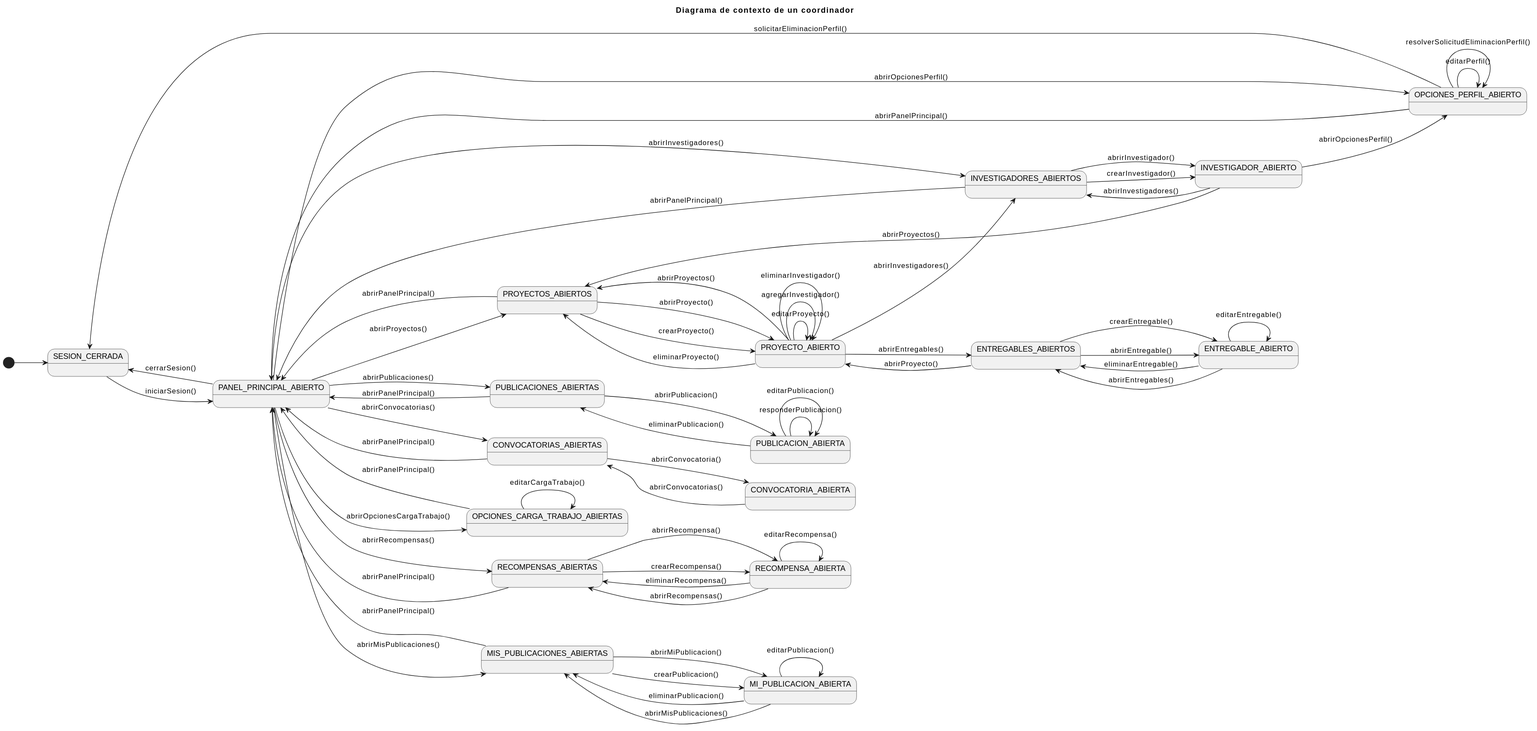
The PlantUML diagram documentación/CasosDeUso/Imagenes/diagramas/DiagramaContextoCoordinador.svg in 31Diego/25-26-IdSw1-SdR, before a commit.
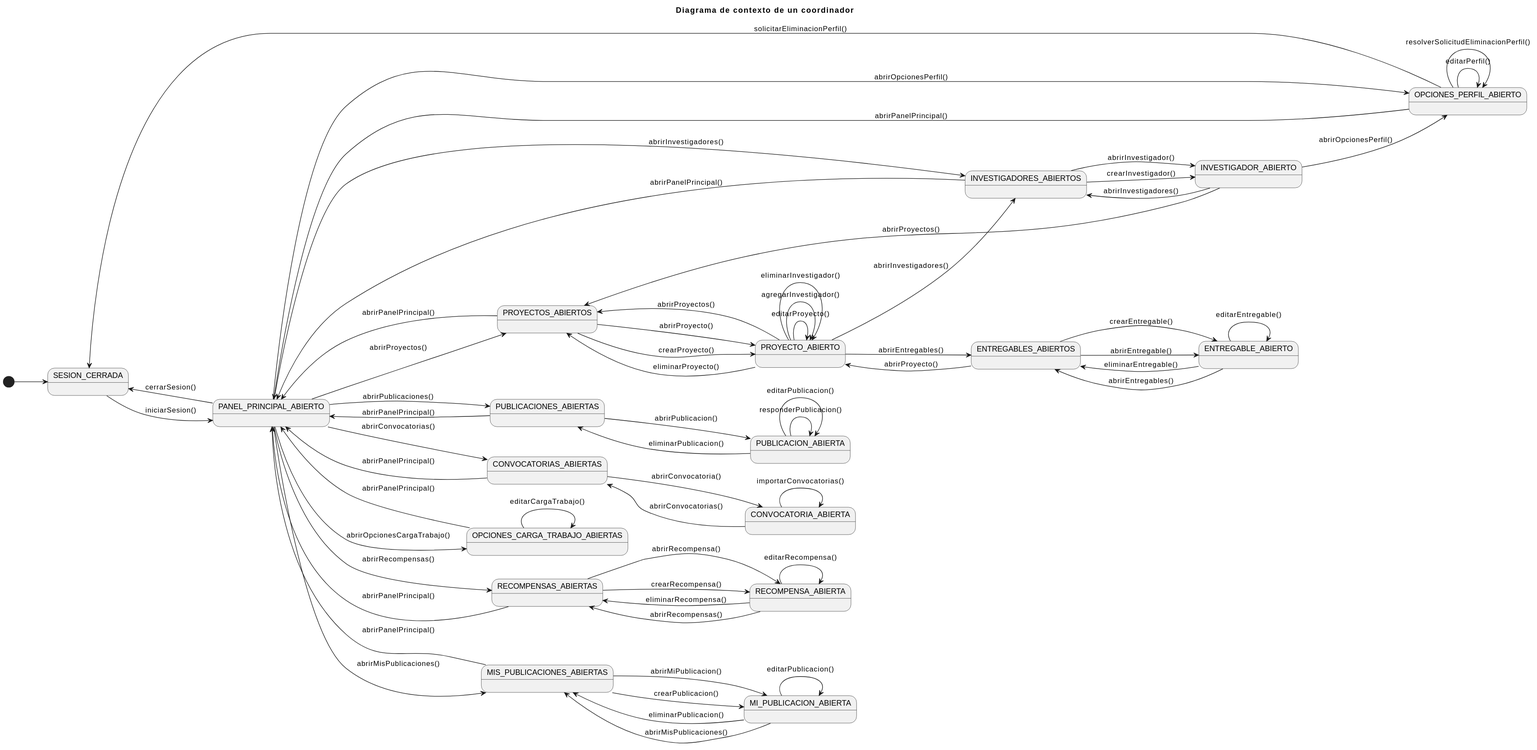
The same file after the commit.

Commit message:
correccion diagrama contexto coordinador

Diff of the diagram source:
```diff
@@ -40,6 +40,7 @@
 CONVOCATORIAS_ABIERTAS --> CONVOCATORIA_ABIERTA: abrirConvocatoria()
 CONVOCATORIA_ABIERTA --> CONVOCATORIAS_ABIERTAS: abrirConvocatorias()
 CONVOCATORIAS_ABIERTAS --> PANEL_PRINCIPAL_ABIERTO: abrirPanelPrincipal()
+CONVOCATORIA_ABIERTA --> CONVOCATORIA_ABIERTA: importarConvocatorias()
 
 RECOMPENSAS_ABIERTAS --> RECOMPENSA_ABIERTA: abrirRecompensa()
 RECOMPENSAS_ABIERTAS --> RECOMPENSA_ABIERTA: crearRecompensa()
```
